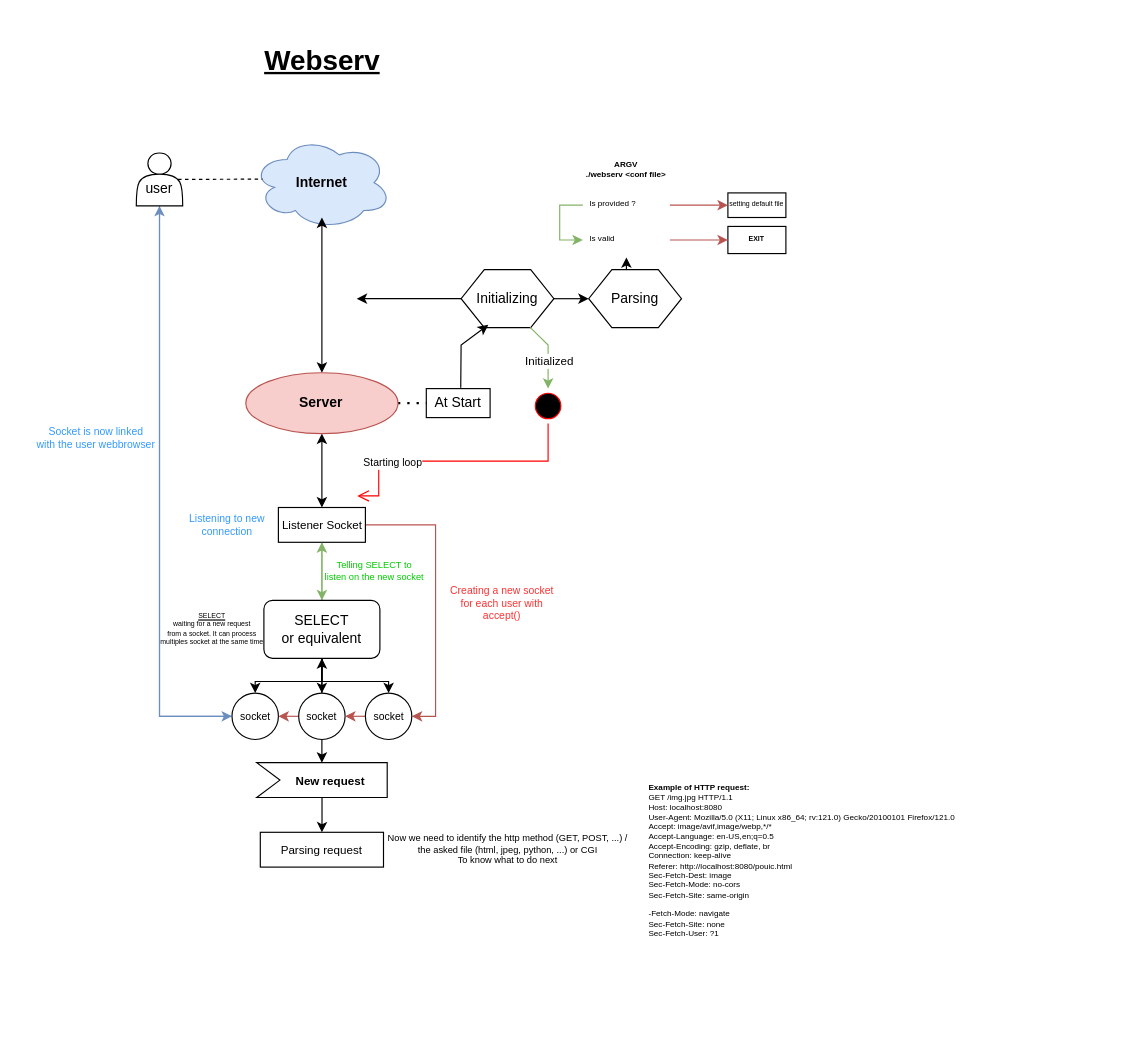
Earlier version of the draw.io diagram webserv.drawio (chabrune/Webserv). Source tidied: cells renumbered, new cells numbered last; positions are measured from the earlier drawing's top-left corner, leaving out a move shared by most shapes. Both pictures are drawn from the tidied source at 116%, with x=0, y=0 at pixel (20, 20).
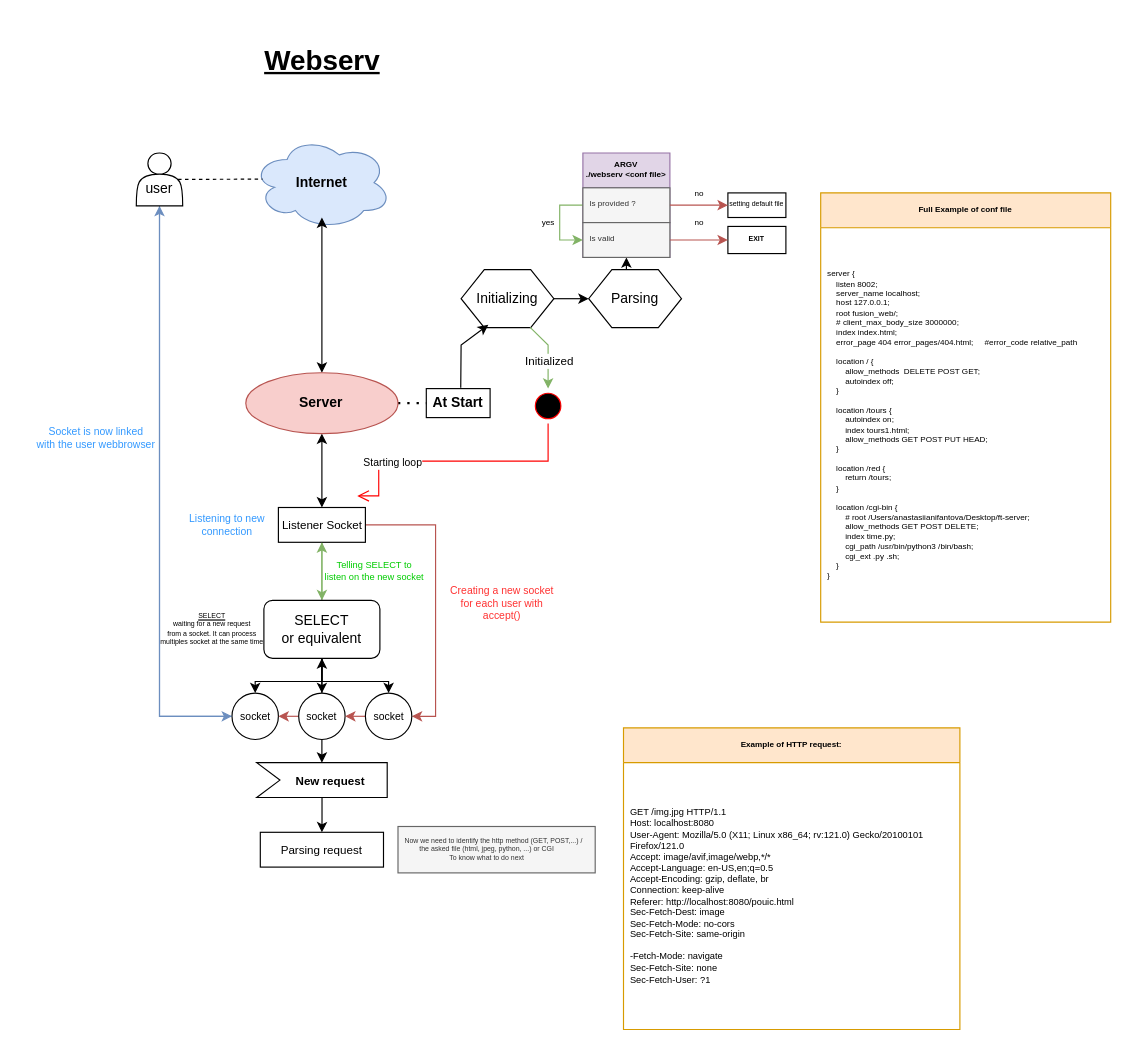
After the change.

The change refers to these unchanged cells:
```xml
<mxCell id="6" value="Initializing" style="shape=hexagon;perimeter=hexagonPerimeter2;whiteSpace=wrap;html=1;fixedSize=1;" parent="1" vertex="1">
  <mxGeometry x="380" y="215" width="80" height="50" as="geometry" />
</mxCell>
```

What changed in the source:
```diff
@@
-    <mxCell id="4" style="edgeStyle=orthogonalEdgeStyle;rounded=0;jettySize=auto;html=1;exitX=0;exitY=0.5;exitDx=0;exitDy=0;entryX=1;entryY=0.5;entryDx=0;entryDy=0;" parent="1" edge="1" source="6">
-      <mxGeometry relative="1" as="geometry">
-        <mxPoint x="290" y="240" as="targetPoint" />
-      </mxGeometry>
-    </mxCell>
@@
-    <mxCell id="7" value="At Start" style="rounded=0;whiteSpace=wrap;html=1;" parent="1" vertex="1">
+    <mxCell id="7" value="&lt;b&gt;At Start&lt;/b&gt;" style="rounded=0;whiteSpace=wrap;html=1;" parent="1" vertex="1">
       <mxGeometry x="350" y="317.5" width="55" height="25" as="geometry" />
     </mxCell>
@@
-    <mxCell id="12" value="&lt;div&gt;&lt;b&gt;ARGV&lt;/b&gt;&lt;/div&gt;&lt;div&gt;&lt;b&gt;./webserv &amp;lt;conf file&amp;gt;&lt;br&gt;&lt;/b&gt;&lt;/div&gt;" style="swimlane;fontStyle=0;horizontal=1;startSize=30;whiteSpace=wrap;html=1;strokeColor=none;fontSize=7;rounded=0;" parent="1" vertex="1">
+    <mxCell id="12" value="&lt;div&gt;&lt;b&gt;ARGV&lt;/b&gt;&lt;/div&gt;&lt;div&gt;&lt;b&gt;./webserv &amp;lt;conf file&amp;gt;&lt;br&gt;&lt;/b&gt;&lt;/div&gt;" style="swimlane;fontStyle=0;horizontal=1;startSize=30;whiteSpace=wrap;html=1;fontSize=7;rounded=0;fillColor=#e1d5e7;strokeColor=#9673a6;" parent="1" vertex="1">
       <mxGeometry x="485" y="114.4" width="75" height="90" as="geometry" />
     </mxCell>
@@
-    <mxCell id="14" value="Is provided ?" style="text;strokeColor=none;fillColor=none;align=left;verticalAlign=middle;spacingLeft=4;spacingRight=4;overflow=hidden;points=[[0,0.5],[1,0.5]];portConstraint=eastwest;whiteSpace=wrap;html=1;fontSize=7;" parent="12" vertex="1">
+    <mxCell id="14" value="Is provided ?" style="text;strokeColor=#666666;fillColor=#f5f5f5;align=left;verticalAlign=middle;spacingLeft=4;spacingRight=4;overflow=hidden;points=[[0,0.5],[1,0.5]];portConstraint=eastwest;whiteSpace=wrap;html=1;fontSize=7;fontColor=#333333;" parent="12" vertex="1">
       <mxGeometry y="30" width="75" height="30" as="geometry" />
     </mxCell>
-    <mxCell id="15" value="Is valid" style="text;strokeColor=none;fillColor=none;align=left;verticalAlign=middle;spacingLeft=4;spacingRight=4;overflow=hidden;points=[[0,0.5],[1,0.5]];portConstraint=eastwest;whiteSpace=wrap;html=1;fontSize=7;" parent="12" vertex="1">
+    <mxCell id="15" value="Is valid" style="text;align=left;verticalAlign=middle;spacingLeft=4;spacingRight=4;overflow=hidden;points=[[0,0.5],[1,0.5]];portConstraint=eastwest;whiteSpace=wrap;html=1;fontSize=7;fillColor=#f5f5f5;fontColor=#333333;strokeColor=#666666;" parent="12" vertex="1">
       <mxGeometry y="60" width="75" height="30" as="geometry" />
     </mxCell>
@@
-    <mxCell id="55" value="&lt;div style=&quot;font-size: 8px;&quot;&gt;Now we need to identify the http method (GET, POST, ...) /&lt;/div&gt;&lt;div style=&quot;font-size: 8px;&quot;&gt;the asked file (html, jpeg, python, ...) or CGI&lt;/div&gt;&lt;div style=&quot;font-size: 8px;&quot;&gt;To know what to do next&lt;br style=&quot;font-size: 8px;&quot;&gt;&lt;/div&gt;" style="text;html=1;align=center;verticalAlign=middle;strokeColor=none;fillColor=none;fontSize=8;" parent="1" vertex="1">
-      <mxGeometry x="305" y="695" width="230" height="40" as="geometry" />
+    <mxCell id="55" value="&lt;div style=&quot;font-size: 6px;&quot;&gt;&amp;nbsp;&amp;nbsp;&amp;nbsp;&amp;nbsp;&amp;nbsp;&amp;nbsp; Now we need to identify the http method (GET, POST,...) /&lt;/div&gt;&lt;div style=&quot;font-size: 6px;&quot;&gt;the asked file (html, jpeg, python, ...) or CGI&lt;/div&gt;&lt;div style=&quot;font-size: 6px;&quot;&gt;To know what to do next&lt;br style=&quot;font-size: 6px;&quot;&gt;&lt;/div&gt;" style="text;html=1;align=center;verticalAlign=middle;fontSize=6;fillColor=#f5f5f5;fontColor=#333333;strokeColor=#666666;spacingLeft=-17;" parent="1" vertex="1">
+      <mxGeometry x="325.6" y="695" width="170" height="40" as="geometry" />
     </mxCell>
-    <mxCell id="56" value="&lt;div style=&quot;font-size: 7px;&quot;&gt;&lt;b&gt;Example of HTTP request:&lt;/b&gt;&lt;/div&gt;&lt;div style=&quot;font-size: 7px;&quot;&gt;GET /img.jpg HTTP/1.1&lt;br style=&quot;font-size: 7px;&quot;&gt;Host: localhost:8080&lt;br style=&quot;font-size: 7px;&quot;&gt;User-Agent: Mozilla/5.0 (X11; Linux x86_64; rv:121.0) Gecko/20100101 Firefox/121.0&lt;br style=&quot;font-size: 7px;&quot;&gt;Accept: image/avif,image/webp,*/*&lt;br style=&quot;font-size: 7px;&quot;&gt;Accept-Language: en-US,en;q=0.5&lt;br style=&quot;font-size: 7px;&quot;&gt;Accept-Encoding: gzip, deflate, br&lt;br style=&quot;font-size: 7px;&quot;&gt;Connection: keep-alive&lt;br style=&quot;font-size: 7px;&quot;&gt;Referer: http://localhost:8080/pouic.html&lt;br style=&quot;font-size: 7px;&quot;&gt;Sec-Fetch-Dest: image&lt;br style=&quot;font-size: 7px;&quot;&gt;Sec-Fetch-Mode: no-cors&lt;br style=&quot;font-size: 7px;&quot;&gt;Sec-Fetch-Site: same-origin&lt;br style=&quot;font-size: 7px;&quot;&gt;&lt;br style=&quot;font-size: 7px;&quot;&gt;-Fetch-Mode: navigate&lt;br style=&quot;font-size: 7px;&quot;&gt;Sec-Fetch-Site: none&lt;br style=&quot;font-size: 7px;&quot;&gt;Sec-Fetch-User: ?1&lt;br style=&quot;font-size: 7px;&quot;&gt;&lt;/div&gt;" style="text;html=1;align=left;verticalAlign=middle;strokeColor=none;fillColor=none;fontSize=7;" parent="1" vertex="1">
-      <mxGeometry x="540" y="650" width="290" height="150" as="geometry" />
-    </mxCell>
+    <mxCell id="57" value="&lt;b&gt;Full Example of conf file&lt;/b&gt;" style="swimlane;fontStyle=0;horizontal=1;startSize=30;whiteSpace=wrap;html=1;strokeColor=#d79b00;fontSize=7;rounded=0;fillColor=#ffe6cc;" parent="1" vertex="1">
+      <mxGeometry x="690" y="148.8" width="250" height="370" as="geometry" />
+    </mxCell>
+    <mxCell id="58" value="server {&lt;br&gt;&amp;nbsp;&amp;nbsp;&amp;nbsp; listen 8002;&lt;br&gt;&amp;nbsp;&amp;nbsp; &amp;nbsp;server_name localhost;&lt;br&gt;&amp;nbsp;&amp;nbsp;&amp;nbsp; host 127.0.0.1;&lt;br&gt;&amp;nbsp;&amp;nbsp;&amp;nbsp; root fusion_web/;&lt;br&gt;&amp;nbsp;&amp;nbsp;&amp;nbsp; # client_max_body_size 3000000;&lt;br&gt;&amp;nbsp;&amp;nbsp; &amp;nbsp;index index.html;&lt;br&gt;&amp;nbsp;&amp;nbsp;&amp;nbsp; error_page 404 error_pages/404.html;&amp;nbsp;&amp;nbsp;&amp;nbsp;&amp;nbsp; #error_code relative_path&lt;br&gt;&lt;br&gt;&amp;nbsp;&amp;nbsp;&amp;nbsp; location / {&lt;br&gt;&amp;nbsp;&amp;nbsp;&amp;nbsp;&amp;nbsp;&amp;nbsp;&amp;nbsp;&amp;nbsp; allow_methods&amp;nbsp; DELETE POST GET;&lt;br&gt;&amp;nbsp;&amp;nbsp;&amp;nbsp;&amp;nbsp;&amp;nbsp;&amp;nbsp;&amp;nbsp; autoindex off;&lt;br&gt;&amp;nbsp;&amp;nbsp;&amp;nbsp; }&lt;br&gt;&amp;nbsp;&amp;nbsp; &amp;nbsp;&lt;br&gt;&amp;nbsp;&amp;nbsp;&amp;nbsp; location /tours {&lt;br&gt;&amp;nbsp;&amp;nbsp;&amp;nbsp;&amp;nbsp;&amp;nbsp;&amp;nbsp;&amp;nbsp; autoindex on;&lt;br&gt;&amp;nbsp;&amp;nbsp;&amp;nbsp;&amp;nbsp;&amp;nbsp;&amp;nbsp;&amp;nbsp; index tours1.html;&lt;br&gt;&amp;nbsp;&amp;nbsp;&amp;nbsp;&amp;nbsp;&amp;nbsp;&amp;nbsp;&amp;nbsp; allow_methods GET POST PUT HEAD;&lt;br&gt;&amp;nbsp;&amp;nbsp;&amp;nbsp; }&lt;br&gt;&lt;br&gt;&amp;nbsp;&amp;nbsp; &amp;nbsp;location /red {&lt;br&gt;&amp;nbsp;&amp;nbsp; &amp;nbsp;&amp;nbsp;&amp;nbsp;&amp;nbsp; return /tours;&lt;br&gt;&amp;nbsp;&amp;nbsp; &amp;nbsp;}&lt;br&gt;&lt;br&gt;&amp;nbsp;&amp;nbsp;&amp;nbsp; location /cgi-bin {&lt;br&gt;&amp;nbsp;&amp;nbsp;&amp;nbsp;&amp;nbsp;&amp;nbsp;&amp;nbsp;&amp;nbsp; # root /Users/anastasiianifantova/Desktop/ft-server;&lt;br&gt;&amp;nbsp;&amp;nbsp;&amp;nbsp;&amp;nbsp;&amp;nbsp;&amp;nbsp;&amp;nbsp; allow_methods GET POST DELETE;&lt;br&gt;&amp;nbsp;&amp;nbsp;&amp;nbsp;&amp;nbsp;&amp;nbsp;&amp;nbsp;&amp;nbsp; index time.py;&lt;br&gt;&amp;nbsp;&amp;nbsp;&amp;nbsp;&amp;nbsp;&amp;nbsp;&amp;nbsp;&amp;nbsp; cgi_path /usr/bin/python3 /bin/bash;&lt;br&gt;&amp;nbsp;&amp;nbsp;&amp;nbsp;&amp;nbsp;&amp;nbsp;&amp;nbsp;&amp;nbsp; cgi_ext .py .sh;&lt;br&gt;&amp;nbsp;&amp;nbsp;&amp;nbsp; }&lt;br&gt;}" style="text;strokeColor=none;fillColor=none;align=left;verticalAlign=middle;spacingLeft=4;spacingRight=4;overflow=hidden;points=[[0,0.5],[1,0.5]];portConstraint=eastwest;whiteSpace=wrap;html=1;fontSize=7;" parent="57" vertex="1">
+      <mxGeometry y="30" width="250" height="340" as="geometry" />
+    </mxCell>
+    <mxCell id="59" style="edgeStyle=orthogonalEdgeStyle;rounded=0;orthogonalLoop=1;jettySize=auto;html=1;exitX=1;exitY=0.5;exitDx=0;exitDy=0;" parent="57" edge="1" source="58" target="58">
+      <mxGeometry relative="1" as="geometry" />
+    </mxCell>
+    <mxCell id="60" value="&lt;b&gt;Example of HTTP request:&lt;/b&gt;" style="swimlane;fontStyle=0;horizontal=1;startSize=30;whiteSpace=wrap;html=1;strokeColor=#d79b00;fontSize=7;rounded=0;fillColor=#ffe6cc;" parent="1" vertex="1">
+      <mxGeometry x="520" y="610" width="290" height="260" as="geometry" />
+    </mxCell>
+    <mxCell id="61" value="&lt;div style=&quot;font-size: 8px;&quot;&gt;&lt;font style=&quot;font-size: 8px;&quot;&gt;GET /img.jpg HTTP/1.1&lt;br&gt;Host: localhost:8080&lt;br&gt;User-Agent: Mozilla/5.0 (X11; Linux x86_64; rv:121.0) Gecko/20100101 Firefox/121.0&lt;br&gt;Accept: image/avif,image/webp,*/*&lt;br&gt;Accept-Language: en-US,en;q=0.5&lt;br&gt;Accept-Encoding: gzip, deflate, br&lt;br&gt;Connection: keep-alive&lt;br&gt;Referer: http://localhost:8080/pouic.html&lt;br&gt;Sec-Fetch-Dest: image&lt;br&gt;Sec-Fetch-Mode: no-cors&lt;br&gt;Sec-Fetch-Site: same-origin&lt;br&gt;&lt;br&gt;-Fetch-Mode: navigate&lt;br&gt;Sec-Fetch-Site: none&lt;br&gt;Sec-Fetch-User: ?1&lt;br&gt;&lt;/font&gt;&lt;/div&gt;" style="text;strokeColor=none;fillColor=none;align=left;verticalAlign=middle;spacingLeft=4;spacingRight=4;overflow=hidden;whiteSpace=wrap;html=1;fontSize=7;" parent="60" vertex="1">
+      <mxGeometry y="30" width="290" height="230" as="geometry" />
+    </mxCell>
+    <mxCell id="62" value="&lt;font style=&quot;font-size: 7px;&quot;&gt;yes&lt;/font&gt;" style="text;html=1;align=center;verticalAlign=middle;strokeColor=none;fillColor=none;fontSize=7;" parent="1" vertex="1">
+      <mxGeometry x="435" y="165" width="40" height="20" as="geometry" />
+    </mxCell>
+    <mxCell id="63" value="no" style="text;html=1;align=center;verticalAlign=middle;strokeColor=none;fillColor=none;fontSize=7;" parent="1" vertex="1">
+      <mxGeometry x="570" y="140" width="30" height="20" as="geometry" />
+    </mxCell>
+    <mxCell id="64" value="no" style="text;html=1;align=center;verticalAlign=middle;strokeColor=none;fillColor=none;fontSize=7;" parent="1" vertex="1">
+      <mxGeometry x="570" y="165" width="30" height="20" as="geometry" />
+    </mxCell>
```
